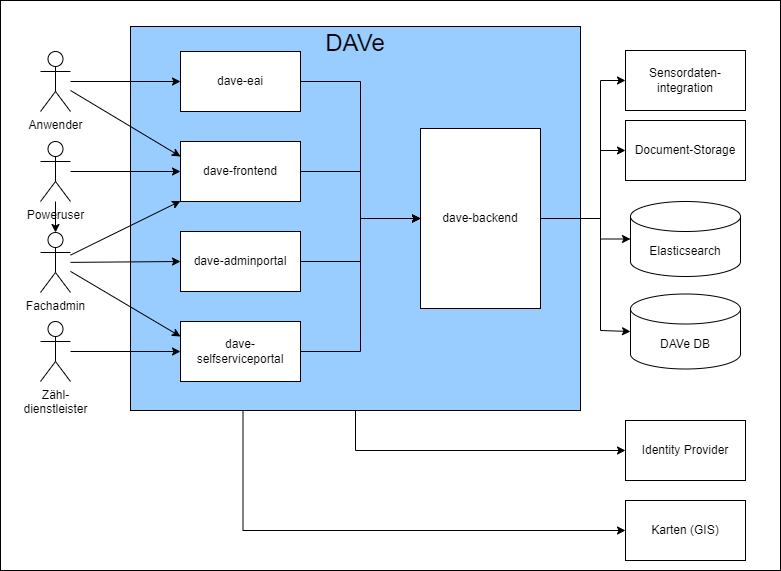
Earlier version of the draw.io export docs/src/img/DAVe_Technischer_Kontext.drawio.png (it-at-m/dave). Source tidied: cells renumbered, new cells last; positions are measured from the earlier drawing's top-left corner, leaving out a move shared by most shapes.
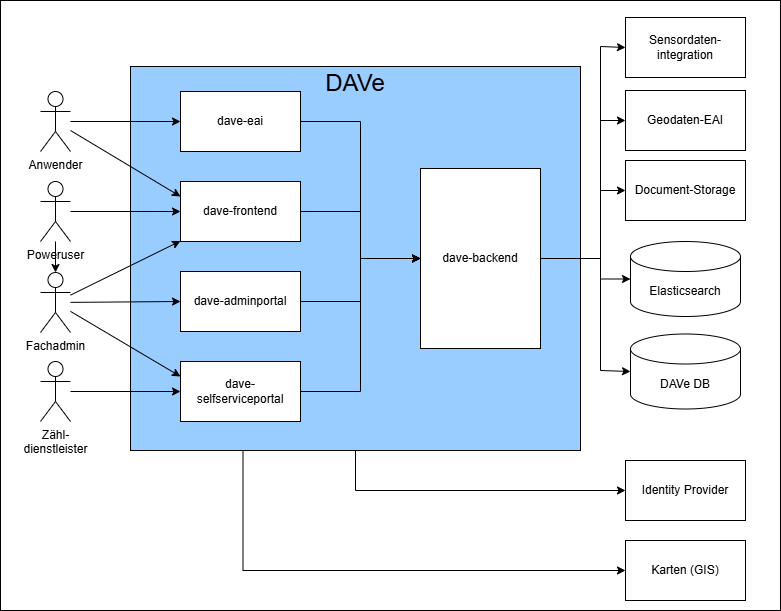
Above is the later version.

Commit message:
FV-107 Anpassung wegen Umzug Geodaten-EAI von gitlab nach github (#29)

The edit, as a diff of the source:
```diff
@@ -2,58 +2,58 @@
   <root>
     <mxCell id="0" />
     <mxCell id="1" parent="0" />
-    <mxCell id="2" style="rounded=0;whiteSpace=wrap;html=1;fillColor=#FFFFFF;" parent="1" vertex="1">
-      <mxGeometry width="780" height="570" as="geometry" />
+    <mxCell id="2" style="rounded=0;whiteSpace=wrap;html=1;fillColor=light-dark(#FFFFFF,#FFFFFF);" parent="1" vertex="1">
+      <mxGeometry y="-40" width="780" height="610" as="geometry" />
     </mxCell>
-    <mxCell id="3" value="&lt;font style=&quot;color: light-dark(rgb(0, 0, 0), rgb(0, 0, 0));&quot;&gt;Sensordaten-integration&lt;/font&gt;" style="rounded=0;whiteSpace=wrap;html=1;fillColor=none;strokeColor=#000000;" parent="1" vertex="1">
+    <mxCell id="3" value="&lt;font style=&quot;color: light-dark(rgb(0, 0, 0), rgb(0, 0, 0));&quot;&gt;Geodaten-EAI&lt;/font&gt;" style="rounded=0;whiteSpace=wrap;html=1;fillColor=none;strokeColor=light-dark(#000000,#000000);" parent="1" vertex="1">
       <mxGeometry x="625" y="50" width="120" height="60" as="geometry" />
     </mxCell>
-    <mxCell id="4" value="Fachadmin" style="shape=umlActor;verticalLabelPosition=bottom;verticalAlign=top;html=1;outlineConnect=0;fontColor=light-dark(#000000,#000000);strokeColor=#000000;fillColor=none;" parent="1" vertex="1">
+    <mxCell id="4" value="Fachadmin" style="shape=umlActor;verticalLabelPosition=bottom;verticalAlign=top;html=1;outlineConnect=0;fontColor=light-dark(#000000,#000000);strokeColor=light-dark(#000000,#000000);fillColor=none;" parent="1" vertex="1">
       <mxGeometry x="40" y="232" width="30" height="60" as="geometry" />
     </mxCell>
-    <mxCell id="5" value="Zähl-&lt;br&gt;dienstleister" style="shape=umlActor;verticalLabelPosition=bottom;verticalAlign=top;html=1;outlineConnect=0;strokeColor=#000000;fontColor=light-dark(#000000,#000000);fillColor=none;" parent="1" vertex="1">
+    <mxCell id="5" value="Zähl-&lt;br&gt;dienstleister" style="shape=umlActor;verticalLabelPosition=bottom;verticalAlign=top;html=1;outlineConnect=0;strokeColor=light-dark(#000000,#000000);fontColor=light-dark(#000000,#000000);fillColor=none;" parent="1" vertex="1">
       <mxGeometry x="40" y="321" width="30" height="60" as="geometry" />
     </mxCell>
-    <mxCell id="6" style="edgeStyle=orthogonalEdgeStyle;rounded=0;jettySize=auto;html=1;exitX=0.5;exitY=1;exitDx=0;exitDy=0;entryX=0;entryY=0.5;entryDx=0;entryDy=0;strokeColor=#000000;" parent="1" edge="1" source="7" target="29">
+    <mxCell id="6" style="edgeStyle=orthogonalEdgeStyle;rounded=0;jettySize=auto;html=1;exitX=0.5;exitY=1;exitDx=0;exitDy=0;entryX=0;entryY=0.5;entryDx=0;entryDy=0;strokeColor=light-dark(#000000,#000000);" parent="1" edge="1" source="7" target="29">
       <mxGeometry relative="1" as="geometry" />
     </mxCell>
     <mxCell id="7" value="&lt;font style=&quot;font-size: 24px; color: light-dark(rgb(0, 0, 0), rgb(0, 0, 0));&quot;&gt;DAVe&lt;/font&gt;&lt;div&gt;&lt;font style=&quot;color: light-dark(rgb(0, 0, 0), rgb(0, 0, 0));&quot; size=&quot;3&quot;&gt;&lt;br&gt;&lt;/font&gt;&lt;/div&gt;&lt;div&gt;&lt;font style=&quot;color: light-dark(rgb(0, 0, 0), rgb(0, 0, 0));&quot; size=&quot;3&quot;&gt;&lt;br&gt;&lt;/font&gt;&lt;/div&gt;&lt;div&gt;&lt;font style=&quot;color: light-dark(rgb(0, 0, 0), rgb(0, 0, 0));&quot; size=&quot;3&quot;&gt;&lt;br&gt;&lt;/font&gt;&lt;/div&gt;&lt;div&gt;&lt;font style=&quot;color: light-dark(rgb(0, 0, 0), rgb(0, 0, 0));&quot; size=&quot;3&quot;&gt;&lt;br&gt;&lt;/font&gt;&lt;/div&gt;&lt;div&gt;&lt;font style=&quot;color: light-dark(rgb(0, 0, 0), rgb(0, 0, 0));&quot; size=&quot;3&quot;&gt;&lt;br&gt;&lt;/font&gt;&lt;/div&gt;&lt;div&gt;&lt;font style=&quot;color: light-dark(rgb(0, 0, 0), rgb(0, 0, 0));&quot; size=&quot;3&quot;&gt;&lt;br&gt;&lt;/font&gt;&lt;/div&gt;&lt;div&gt;&lt;font style=&quot;color: light-dark(rgb(0, 0, 0), rgb(0, 0, 0));&quot; size=&quot;3&quot;&gt;&lt;br&gt;&lt;/font&gt;&lt;/div&gt;&lt;div&gt;&lt;font style=&quot;color: light-dark(rgb(0, 0, 0), rgb(0, 0, 0));&quot; size=&quot;3&quot;&gt;&lt;br&gt;&lt;/font&gt;&lt;/div&gt;&lt;div&gt;&lt;br&gt;&lt;/div&gt;&lt;div&gt;&lt;font style=&quot;color: light-dark(rgb(0, 0, 0), rgb(0, 0, 0));&quot; size=&quot;3&quot;&gt;&lt;br&gt;&lt;/font&gt;&lt;/div&gt;&lt;div&gt;&lt;font style=&quot;color: light-dark(rgb(0, 0, 0), rgb(0, 0, 0));&quot; size=&quot;3&quot;&gt;&lt;br&gt;&lt;/font&gt;&lt;/div&gt;&lt;div&gt;&lt;font style=&quot;color: light-dark(rgb(0, 0, 0), rgb(0, 0, 0));&quot; size=&quot;3&quot;&gt;&lt;br&gt;&lt;/font&gt;&lt;/div&gt;&lt;div&gt;&lt;font style=&quot;color: light-dark(rgb(0, 0, 0), rgb(0, 0, 0));&quot; size=&quot;3&quot;&gt;&lt;br&gt;&lt;/font&gt;&lt;/div&gt;&lt;div&gt;&lt;font style=&quot;color: light-dark(rgb(0, 0, 0), rgb(0, 0, 0));&quot; size=&quot;3&quot;&gt;&lt;br&gt;&lt;/font&gt;&lt;/div&gt;&lt;div&gt;&lt;font style=&quot;color: light-dark(rgb(0, 0, 0), rgb(0, 0, 0));&quot; size=&quot;3&quot;&gt;&lt;br&gt;&lt;/font&gt;&lt;/div&gt;&lt;div&gt;&lt;font style=&quot;color: light-dark(rgb(0, 0, 0), rgb(0, 0, 0));&quot;&gt;&lt;br&gt;&lt;/font&gt;&lt;/div&gt;&lt;div&gt;&lt;font style=&quot;color: light-dark(rgb(0, 0, 0), rgb(0, 0, 0));&quot; size=&quot;3&quot;&gt;&lt;br&gt;&lt;/font&gt;&lt;/div&gt;&lt;div&gt;&lt;font style=&quot;color: light-dark(rgb(0, 0, 0), rgb(0, 0, 0));&quot; size=&quot;3&quot;&gt;&lt;br&gt;&lt;/font&gt;&lt;/div&gt;&lt;div&gt;&lt;br&gt;&lt;/div&gt;" style="rounded=0;whiteSpace=wrap;html=1;fillColor=#99CCFF;strokeColor=#000000;" parent="1" vertex="1">
       <mxGeometry x="130" y="26" width="450" height="384" as="geometry" />
     </mxCell>
-    <mxCell id="8" style="rounded=0;jettySize=auto;html=1;strokeColor=#000000;entryX=0;entryY=0.5;entryDx=0;entryDy=0;" parent="1" edge="1" source="10" target="18">
+    <mxCell id="8" style="rounded=0;jettySize=auto;html=1;strokeColor=light-dark(#000000,#000000);entryX=0;entryY=0.5;entryDx=0;entryDy=0;" parent="1" edge="1" source="10" target="18">
       <mxGeometry relative="1" as="geometry" />
     </mxCell>
-    <mxCell id="9" style="rounded=0;jettySize=auto;html=1;entryX=0;entryY=0.25;entryDx=0;entryDy=0;strokeColor=#000000;" parent="1" edge="1" source="10" target="12">
+    <mxCell id="9" style="rounded=0;jettySize=auto;html=1;entryX=0;entryY=0.25;entryDx=0;entryDy=0;strokeColor=light-dark(#000000,#000000);" parent="1" edge="1" source="10" target="12">
       <mxGeometry relative="1" as="geometry" />
     </mxCell>
-    <mxCell id="10" value="Anwender" style="shape=umlActor;verticalLabelPosition=bottom;verticalAlign=top;html=1;outlineConnect=0;strokeColor=#000000;fontColor=light-dark(#000000,#000000);fillColor=none;" parent="1" vertex="1">
+    <mxCell id="10" value="Anwender" style="shape=umlActor;verticalLabelPosition=bottom;verticalAlign=top;html=1;outlineConnect=0;strokeColor=light-dark(#000000,#000000);fontColor=light-dark(#000000,#000000);fillColor=none;" parent="1" vertex="1">
       <mxGeometry x="40" y="51" width="30" height="60" as="geometry" />
     </mxCell>
-    <mxCell id="11" style="edgeStyle=orthogonalEdgeStyle;rounded=0;jettySize=auto;html=1;exitX=1;exitY=0.5;exitDx=0;exitDy=0;entryX=0;entryY=0.5;entryDx=0;entryDy=0;strokeColor=#000000;" parent="1" edge="1" source="12" target="21">
+    <mxCell id="11" style="edgeStyle=orthogonalEdgeStyle;rounded=0;jettySize=auto;html=1;exitX=1;exitY=0.5;exitDx=0;exitDy=0;entryX=0;entryY=0.5;entryDx=0;entryDy=0;strokeColor=light-dark(#000000,#000000);" parent="1" edge="1" source="12" target="21">
       <mxGeometry relative="1" as="geometry" />
     </mxCell>
-    <mxCell id="12" value="&lt;font color=&quot;#000000&quot;&gt;dave-frontend&lt;/font&gt;" style="rounded=0;whiteSpace=wrap;html=1;fillColor=#FFFFFF;strokeColor=#000000;" parent="1" vertex="1">
+    <mxCell id="12" value="&lt;font color=&quot;#000000&quot;&gt;dave-frontend&lt;/font&gt;" style="rounded=0;whiteSpace=wrap;html=1;fillColor=#FFFFFF;strokeColor=light-dark(#000000,#000000);" parent="1" vertex="1">
       <mxGeometry x="180" y="141" width="120" height="60" as="geometry" />
     </mxCell>
-    <mxCell id="13" style="edgeStyle=orthogonalEdgeStyle;rounded=0;jettySize=auto;html=1;exitX=1;exitY=0.5;exitDx=0;exitDy=0;entryX=0;entryY=0.5;entryDx=0;entryDy=0;strokeColor=#000000;" parent="1" edge="1" source="14" target="21">
+    <mxCell id="13" style="edgeStyle=orthogonalEdgeStyle;rounded=0;jettySize=auto;html=1;exitX=1;exitY=0.5;exitDx=0;exitDy=0;entryX=0;entryY=0.5;entryDx=0;entryDy=0;strokeColor=light-dark(#000000,#000000);" parent="1" edge="1" source="14" target="21">
       <mxGeometry relative="1" as="geometry" />
     </mxCell>
-    <mxCell id="14" value="&lt;font color=&quot;#000000&quot;&gt;dave-adminportal&lt;/font&gt;" style="rounded=0;whiteSpace=wrap;html=1;fillColor=#FFFFFF;strokeColor=#000000;" parent="1" vertex="1">
+    <mxCell id="14" value="&lt;font color=&quot;#000000&quot;&gt;dave-adminportal&lt;/font&gt;" style="rounded=0;whiteSpace=wrap;html=1;fillColor=#FFFFFF;strokeColor=light-dark(#000000,#000000);" parent="1" vertex="1">
       <mxGeometry x="180" y="231" width="120" height="60" as="geometry" />
     </mxCell>
-    <mxCell id="15" style="edgeStyle=orthogonalEdgeStyle;rounded=0;jettySize=auto;html=1;exitX=1;exitY=0.5;exitDx=0;exitDy=0;entryX=0;entryY=0.5;entryDx=0;entryDy=0;strokeColor=#000000;" parent="1" edge="1" source="16" target="21">
+    <mxCell id="15" style="edgeStyle=orthogonalEdgeStyle;rounded=0;jettySize=auto;html=1;exitX=1;exitY=0.5;exitDx=0;exitDy=0;entryX=0;entryY=0.5;entryDx=0;entryDy=0;strokeColor=light-dark(#000000,#000000);" parent="1" edge="1" source="16" target="21">
       <mxGeometry relative="1" as="geometry" />
     </mxCell>
-    <mxCell id="16" value="&lt;font color=&quot;#000000&quot;&gt;dave-&lt;/font&gt;&lt;div&gt;&lt;font color=&quot;#000000&quot;&gt;selfserviceportal&lt;/font&gt;&lt;/div&gt;" style="rounded=0;whiteSpace=wrap;html=1;fillColor=#FFFFFF;strokeColor=#000000;" parent="1" vertex="1">
+    <mxCell id="16" value="&lt;font color=&quot;#000000&quot;&gt;dave-&lt;/font&gt;&lt;div&gt;&lt;font color=&quot;#000000&quot;&gt;selfserviceportal&lt;/font&gt;&lt;/div&gt;" style="rounded=0;whiteSpace=wrap;html=1;fillColor=#FFFFFF;strokeColor=light-dark(#000000,#000000);" parent="1" vertex="1">
       <mxGeometry x="180" y="321" width="120" height="60" as="geometry" />
     </mxCell>
-    <mxCell id="17" style="edgeStyle=orthogonalEdgeStyle;rounded=0;jettySize=auto;html=1;exitX=1;exitY=0.5;exitDx=0;exitDy=0;entryX=0;entryY=0.5;entryDx=0;entryDy=0;strokeColor=#000000;" parent="1" edge="1" source="18" target="21">
+    <mxCell id="17" style="edgeStyle=orthogonalEdgeStyle;rounded=0;jettySize=auto;html=1;exitX=1;exitY=0.5;exitDx=0;exitDy=0;entryX=0;entryY=0.5;entryDx=0;entryDy=0;strokeColor=light-dark(#000000,#000000);" parent="1" edge="1" source="18" target="21">
       <mxGeometry relative="1" as="geometry" />
     </mxCell>
-    <mxCell id="18" value="&lt;font color=&quot;#000000&quot;&gt;dave-eai&lt;/font&gt;" style="rounded=0;whiteSpace=wrap;html=1;fillColor=#FFFFFF;strokeColor=#000000;" parent="1" vertex="1">
+    <mxCell id="18" value="&lt;font color=&quot;#000000&quot;&gt;dave-eai&lt;/font&gt;" style="rounded=0;whiteSpace=wrap;html=1;fillColor=#FFFFFF;strokeColor=light-dark(#000000,#000000);" parent="1" vertex="1">
       <mxGeometry x="180" y="51" width="120" height="60" as="geometry" />
     </mxCell>
-    <mxCell id="19" style="edgeStyle=orthogonalEdgeStyle;rounded=0;jettySize=auto;html=1;exitX=1;exitY=0.5;exitDx=0;exitDy=0;entryX=0;entryY=0.5;entryDx=0;entryDy=0;strokeColor=#000000;" parent="1" edge="1" source="21" target="3">
+    <mxCell id="19" style="edgeStyle=orthogonalEdgeStyle;rounded=0;jettySize=auto;html=1;exitX=1;exitY=0.5;exitDx=0;exitDy=0;entryX=0;entryY=0.5;entryDx=0;entryDy=0;strokeColor=light-dark(#000000,#000000);" parent="1" edge="1" source="21" target="3">
       <mxGeometry relative="1" as="geometry">
         <Array as="points">
           <mxPoint x="600" y="218" />
@@ -61,7 +61,7 @@
         </Array>
       </mxGeometry>
     </mxCell>
-    <mxCell id="20" style="edgeStyle=orthogonalEdgeStyle;rounded=0;jettySize=auto;html=1;exitX=1;exitY=0.5;exitDx=0;exitDy=0;entryX=0;entryY=0.5;entryDx=0;entryDy=0;strokeColor=#000000;" parent="1" edge="1" source="21" target="28">
+    <mxCell id="20" style="edgeStyle=orthogonalEdgeStyle;rounded=0;jettySize=auto;html=1;exitX=1;exitY=0.5;exitDx=0;exitDy=0;entryX=0;entryY=0.5;entryDx=0;entryDy=0;strokeColor=light-dark(#000000,#000000);" parent="1" edge="1" source="21" target="28">
       <mxGeometry relative="1" as="geometry">
         <Array as="points">
           <mxPoint x="600" y="218" />
@@ -69,34 +69,34 @@
         </Array>
       </mxGeometry>
     </mxCell>
-    <mxCell id="21" value="&lt;font color=&quot;#000000&quot;&gt;dave-backend&lt;/font&gt;" style="rounded=0;whiteSpace=wrap;html=1;fillColor=#FFFFFF;strokeColor=#000000;" parent="1" vertex="1">
+    <mxCell id="21" value="&lt;font color=&quot;#000000&quot;&gt;dave-backend&lt;/font&gt;" style="rounded=0;whiteSpace=wrap;html=1;fillColor=#FFFFFF;strokeColor=light-dark(#000000,#000000);" parent="1" vertex="1">
       <mxGeometry x="420" y="128" width="120" height="180" as="geometry" />
     </mxCell>
-    <mxCell id="22" style="rounded=0;jettySize=auto;html=1;strokeColor=#000000;entryX=0;entryY=0.5;entryDx=0;entryDy=0;" parent="1" edge="1" source="4" target="14">
+    <mxCell id="22" style="rounded=0;jettySize=auto;html=1;strokeColor=light-dark(#000000,#000000);entryX=0;entryY=0.5;entryDx=0;entryDy=0;" parent="1" edge="1" source="4" target="14">
       <mxGeometry relative="1" as="geometry" />
     </mxCell>
-    <mxCell id="23" style="rounded=0;jettySize=auto;html=1;entryX=0;entryY=0.5;entryDx=0;entryDy=0;strokeColor=#000000;" parent="1" edge="1" source="5" target="16">
+    <mxCell id="23" style="rounded=0;jettySize=auto;html=1;entryX=0;entryY=0.5;entryDx=0;entryDy=0;strokeColor=light-dark(#000000,#000000);" parent="1" edge="1" source="5" target="16">
       <mxGeometry relative="1" as="geometry" />
     </mxCell>
-    <mxCell id="24" style="rounded=0;jettySize=auto;html=1;strokeColor=#000000;" parent="1" edge="1" source="4" target="12">
+    <mxCell id="24" style="rounded=0;jettySize=auto;html=1;strokeColor=light-dark(#000000,#000000);" parent="1" edge="1" source="4" target="12">
       <mxGeometry relative="1" as="geometry" />
     </mxCell>
-    <mxCell id="25" style="rounded=0;jettySize=auto;html=1;entryX=0;entryY=0.25;entryDx=0;entryDy=0;strokeColor=#000000;" parent="1" edge="1" source="4" target="16">
+    <mxCell id="25" style="rounded=0;jettySize=auto;html=1;entryX=0;entryY=0.25;entryDx=0;entryDy=0;strokeColor=light-dark(#000000,#000000);" parent="1" edge="1" source="4" target="16">
       <mxGeometry relative="1" as="geometry" />
     </mxCell>
-    <mxCell id="26" value="Elasticsearch" style="shape=cylinder3;whiteSpace=wrap;html=1;boundedLbl=1;backgroundOutline=1;size=15;fillColor=none;fontColor=light-dark(#000000,#000000);strokeColor=#000000;" parent="1" vertex="1">
+    <mxCell id="26" value="Elasticsearch" style="shape=cylinder3;whiteSpace=wrap;html=1;boundedLbl=1;backgroundOutline=1;size=15;fillColor=none;fontColor=light-dark(#000000,#000000);strokeColor=light-dark(#000000,#000000);" parent="1" vertex="1">
       <mxGeometry x="630" y="201" width="110" height="75" as="geometry" />
     </mxCell>
-    <mxCell id="27" value="DAVe DB" style="shape=cylinder3;whiteSpace=wrap;html=1;boundedLbl=1;backgroundOutline=1;size=15;fillColor=none;fontColor=light-dark(#000000,#000000);strokeColor=#000000;" parent="1" vertex="1">
+    <mxCell id="27" value="DAVe DB" style="shape=cylinder3;whiteSpace=wrap;html=1;boundedLbl=1;backgroundOutline=1;size=15;fillColor=none;fontColor=light-dark(#000000,#000000);strokeColor=light-dark(#000000,#000000);" parent="1" vertex="1">
       <mxGeometry x="630" y="293.5" width="110" height="75" as="geometry" />
     </mxCell>
-    <mxCell id="28" value="&lt;font style=&quot;color: light-dark(rgb(0, 0, 0), rgb(0, 0, 0));&quot;&gt;Document-Storage&lt;/font&gt;" style="rounded=0;whiteSpace=wrap;html=1;fillColor=none;strokeColor=#000000;" parent="1" vertex="1">
+    <mxCell id="28" value="&lt;font style=&quot;color: light-dark(rgb(0, 0, 0), rgb(0, 0, 0));&quot;&gt;Document-Storage&lt;/font&gt;" style="rounded=0;whiteSpace=wrap;html=1;fillColor=none;strokeColor=light-dark(#000000,#000000);" parent="1" vertex="1">
       <mxGeometry x="625" y="120" width="120" height="60" as="geometry" />
     </mxCell>
-    <mxCell id="29" value="&lt;font style=&quot;color: light-dark(rgb(0, 0, 0), rgb(0, 0, 0));&quot;&gt;Identity Provider&lt;/font&gt;" style="rounded=0;whiteSpace=wrap;html=1;fillColor=none;strokeColor=#000000;" parent="1" vertex="1">
+    <mxCell id="29" value="&lt;font style=&quot;color: light-dark(rgb(0, 0, 0), rgb(0, 0, 0));&quot;&gt;Identity Provider&lt;/font&gt;" style="rounded=0;whiteSpace=wrap;html=1;fillColor=none;strokeColor=light-dark(#000000,#000000);" parent="1" vertex="1">
       <mxGeometry x="625" y="420" width="120" height="60" as="geometry" />
     </mxCell>
-    <mxCell id="30" style="edgeStyle=orthogonalEdgeStyle;rounded=0;jettySize=auto;html=1;exitX=1;exitY=0.5;exitDx=0;exitDy=0;entryX=0;entryY=0.5;entryDx=0;entryDy=0;entryPerimeter=0;strokeColor=#000000;" parent="1" edge="1" source="21" target="26">
+    <mxCell id="30" style="edgeStyle=orthogonalEdgeStyle;rounded=0;jettySize=auto;html=1;exitX=1;exitY=0.5;exitDx=0;exitDy=0;entryX=0;entryY=0.5;entryDx=0;entryDy=0;entryPerimeter=0;strokeColor=light-dark(#000000,#000000);" parent="1" edge="1" source="21" target="26">
       <mxGeometry relative="1" as="geometry">
         <Array as="points">
           <mxPoint x="600" y="218" />
@@ -104,7 +104,7 @@
         </Array>
       </mxGeometry>
     </mxCell>
-    <mxCell id="31" style="edgeStyle=orthogonalEdgeStyle;rounded=0;jettySize=auto;html=1;exitX=1;exitY=0.5;exitDx=0;exitDy=0;entryX=0;entryY=0.5;entryDx=0;entryDy=0;entryPerimeter=0;strokeColor=#000000;" parent="1" edge="1" source="21" target="27">
+    <mxCell id="31" style="edgeStyle=orthogonalEdgeStyle;rounded=0;jettySize=auto;html=1;exitX=1;exitY=0.5;exitDx=0;exitDy=0;entryX=0;entryY=0.5;entryDx=0;entryDy=0;entryPerimeter=0;strokeColor=light-dark(#000000,#000000);" parent="1" edge="1" source="21" target="27">
       <mxGeometry relative="1" as="geometry">
         <Array as="points">
           <mxPoint x="600" y="218" />
@@ -118,14 +118,26 @@
     <mxCell id="33" style="edgeStyle=orthogonalEdgeStyle;rounded=0;jettySize=auto;html=1;" parent="1" edge="1" source="34" target="4">
       <mxGeometry relative="1" as="geometry" />
     </mxCell>
-    <mxCell id="34" value="Poweruser" style="shape=umlActor;verticalLabelPosition=bottom;verticalAlign=top;html=1;outlineConnect=0;strokeColor=#000000;fontColor=light-dark(#000000,#000000);fillColor=none;" parent="1" vertex="1">
+    <mxCell id="34" value="Poweruser" style="shape=umlActor;verticalLabelPosition=bottom;verticalAlign=top;html=1;outlineConnect=0;strokeColor=light-dark(#000000,#000000);fontColor=light-dark(#000000,#000000);fillColor=none;" parent="1" vertex="1">
       <mxGeometry x="40" y="141" width="30" height="60" as="geometry" />
     </mxCell>
-    <mxCell id="35" value="Karten (GIS)" style="rounded=0;whiteSpace=wrap;html=1;fillColor=none;strokeColor=#000000;" parent="1" vertex="1">
+    <mxCell id="35" value="Karten (GIS)" style="rounded=0;whiteSpace=wrap;html=1;fillColor=none;strokeColor=light-dark(#000000,#000000);" parent="1" vertex="1">
       <mxGeometry x="625" y="500" width="120" height="60" as="geometry" />
     </mxCell>
-    <mxCell id="36" style="edgeStyle=orthogonalEdgeStyle;rounded=0;jettySize=auto;html=1;exitX=0.25;exitY=1;exitDx=0;exitDy=0;entryX=0;entryY=0.5;entryDx=0;entryDy=0;strokeColor=#000000;" parent="1" edge="1" source="7" target="35">
+    <mxCell id="36" style="edgeStyle=orthogonalEdgeStyle;rounded=0;jettySize=auto;html=1;exitX=0.25;exitY=1;exitDx=0;exitDy=0;entryX=0;entryY=0.5;entryDx=0;entryDy=0;strokeColor=light-dark(#000000,#000000);" parent="1" edge="1" source="7" target="35">
       <mxGeometry relative="1" as="geometry" />
     </mxCell>
+    <mxCell id="37" value="&lt;font style=&quot;color: light-dark(rgb(0, 0, 0), rgb(0, 0, 0));&quot;&gt;Sensordaten-integration&lt;/font&gt;" style="rounded=0;whiteSpace=wrap;html=1;fillColor=none;strokeColor=light-dark(#000000,#000000);" parent="1" vertex="1">
+      <mxGeometry x="625" y="-23" width="120" height="60" as="geometry" />
+    </mxCell>
+    <mxCell id="38" style="edgeStyle=orthogonalEdgeStyle;rounded=0;jettySize=auto;html=1;exitX=1;exitY=0.5;exitDx=0;exitDy=0;entryX=0;entryY=0.5;entryDx=0;entryDy=0;strokeColor=light-dark(#000000,#000000);" parent="1" edge="1" target="37">
+      <mxGeometry relative="1" as="geometry">
+        <mxPoint x="540" y="218" as="sourcePoint" />
+        <Array as="points">
+          <mxPoint x="600" y="218" />
+          <mxPoint x="600" y="6" />
+        </Array>
+      </mxGeometry>
+    </mxCell>
   </root>
 </mxGraphModel>
```
